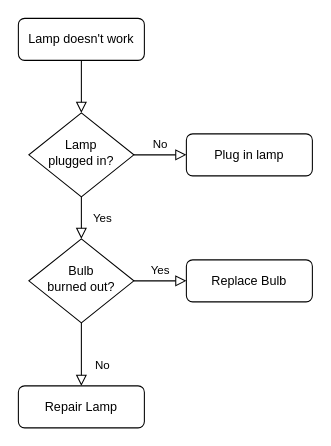
Above: 未命名绘图.drawio in benzPeng/AIAA_GNC_2021 (draw.io), before the change. Source tidied: cells renumbered, new cells numbered last; positions are measured from the earlier drawing's top-left corner, leaving out a move shared by most shapes. Both pictures are drawn from the tidied source at 105%, with x=0, y=0 at pixel (18, 18).
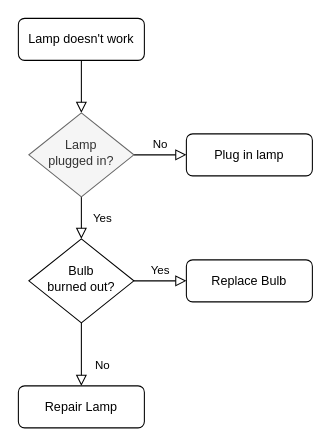
The same diagram, later.

What changed in the source:
```diff
@@
 <mxGraphModel>
   <root>
     <mxCell id="0" />
     <mxCell id="1" parent="0" />
     <mxCell id="2" style="rounded=0;html=1;jettySize=auto;fontSize=11;endArrow=block;endFill=0;endSize=8;strokeWidth=1;shadow=0;labelBackgroundColor=none;edgeStyle=orthogonalEdgeStyle;" parent="1" edge="1" source="3" target="6">
       <mxGeometry relative="1" as="geometry" />
     </mxCell>
     <mxCell id="3" value="Lamp doesn't work" style="rounded=1;whiteSpace=wrap;html=1;fontSize=12;glass=0;strokeWidth=1;shadow=0;" parent="1" vertex="1">
       <mxGeometry width="120" height="40" as="geometry" />
     </mxCell>
     <mxCell id="4" value="Yes" style="rounded=0;html=1;jettySize=auto;fontSize=11;endArrow=block;endFill=0;endSize=8;strokeWidth=1;shadow=0;labelBackgroundColor=none;edgeStyle=orthogonalEdgeStyle;" parent="1" edge="1" source="6" target="10">
       <mxGeometry y="20" relative="1" as="geometry" />
     </mxCell>
     <mxCell id="5" value="No" style="edgeStyle=orthogonalEdgeStyle;rounded=0;html=1;jettySize=auto;fontSize=11;endArrow=block;endFill=0;endSize=8;strokeWidth=1;shadow=0;labelBackgroundColor=none;" parent="1" edge="1" source="6" target="7">
       <mxGeometry y="10" relative="1" as="geometry" />
     </mxCell>
-    <mxCell id="6" value="Lamp&lt;br&gt;plugged in?" style="rhombus;whiteSpace=wrap;html=1;shadow=0;fontFamily=Helvetica;fontSize=12;align=center;strokeWidth=1;spacing=6;spacingTop=-4;" parent="1" vertex="1">
+    <mxCell id="6" value="Lamp&lt;br&gt;plugged in?" style="rhombus;whiteSpace=wrap;html=1;shadow=0;fontFamily=Helvetica;fontSize=12;align=center;strokeWidth=1;spacing=6;spacingTop=-4;fillColor=#f5f5f5;fontColor=#333333;strokeColor=#666666;" parent="1" vertex="1">
       <mxGeometry x="10" y="90" width="100" height="80" as="geometry" />
     </mxCell>
     <mxCell id="7" value="Plug in lamp" style="rounded=1;whiteSpace=wrap;html=1;fontSize=12;glass=0;strokeWidth=1;shadow=0;" parent="1" vertex="1">
       <mxGeometry x="160" y="110" width="120" height="40" as="geometry" />
     </mxCell>
     <mxCell id="8" value="No" style="rounded=0;html=1;jettySize=auto;fontSize=11;endArrow=block;endFill=0;endSize=8;strokeWidth=1;shadow=0;labelBackgroundColor=none;edgeStyle=orthogonalEdgeStyle;" parent="1" edge="1" source="10" target="11">
       <mxGeometry x="0.33" y="20" relative="1" as="geometry" />
     </mxCell>
     <mxCell id="9" value="Yes" style="edgeStyle=orthogonalEdgeStyle;rounded=0;html=1;jettySize=auto;fontSize=11;endArrow=block;endFill=0;endSize=8;strokeWidth=1;shadow=0;labelBackgroundColor=none;" parent="1" edge="1" source="10" target="12">
       <mxGeometry y="10" relative="1" as="geometry" />
     </mxCell>
     <mxCell id="10" value="Bulb&lt;br&gt;burned out?" style="rhombus;whiteSpace=wrap;html=1;shadow=0;fontFamily=Helvetica;fontSize=12;align=center;strokeWidth=1;spacing=6;spacingTop=-4;" parent="1" vertex="1">
       <mxGeometry x="10" y="210" width="100" height="80" as="geometry" />
     </mxCell>
     <mxCell id="11" value="Repair Lamp" style="rounded=1;whiteSpace=wrap;html=1;fontSize=12;glass=0;strokeWidth=1;shadow=0;" parent="1" vertex="1">
       <mxGeometry y="350" width="120" height="40" as="geometry" />
     </mxCell>
     <mxCell id="12" value="Replace Bulb" style="rounded=1;whiteSpace=wrap;html=1;fontSize=12;glass=0;strokeWidth=1;shadow=0;" parent="1" vertex="1">
       <mxGeometry x="160" y="230" width="120" height="40" as="geometry" />
     </mxCell>
   </root>
 </mxGraphModel>
```
